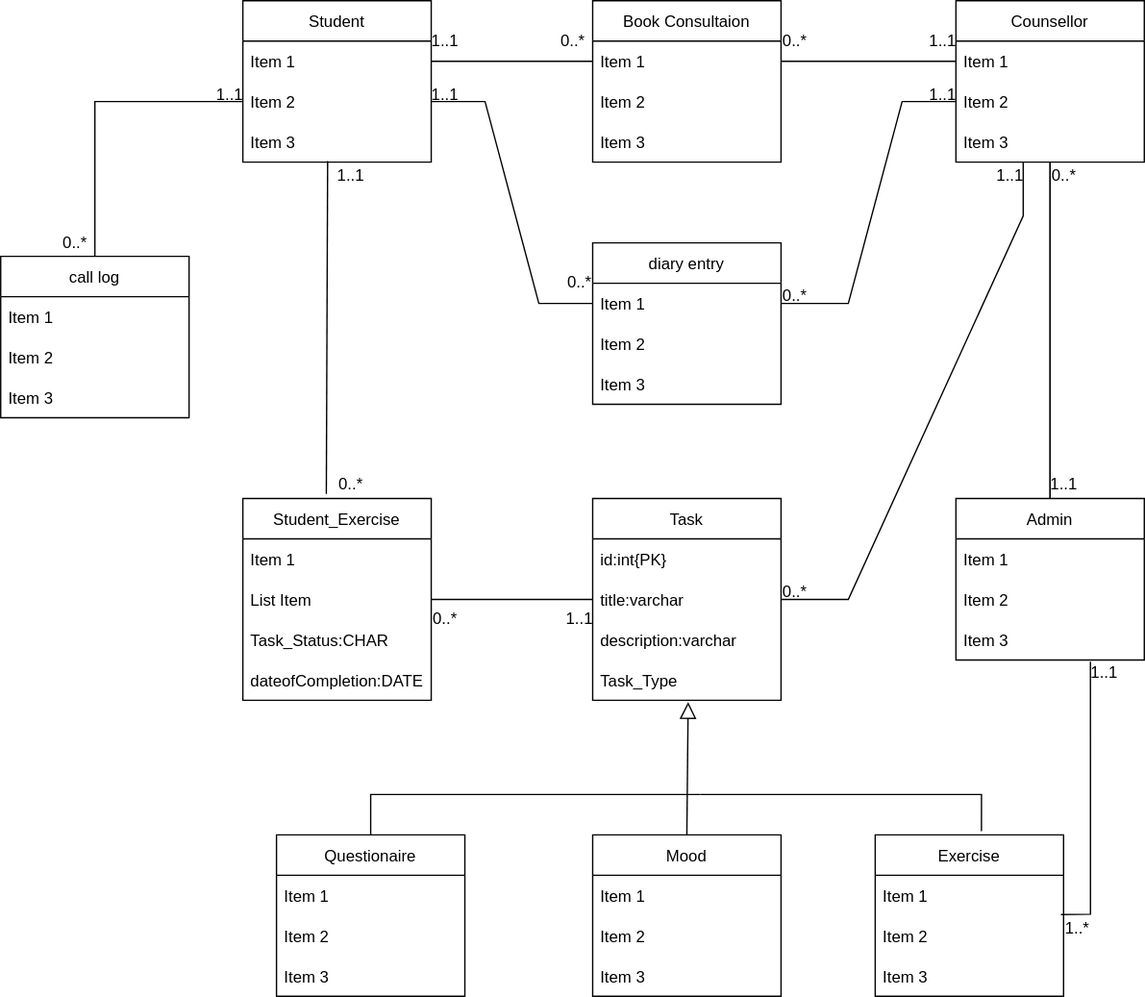
Before: ERD_demo_solutionn.drawio.svg, a diagram exported from draw.io (Solomon-Moyo756/demoForMainProject). Source tidied: cells renumbered, new cells last; positions are measured from the earlier drawing's top-left corner, leaving out a move shared by most shapes.
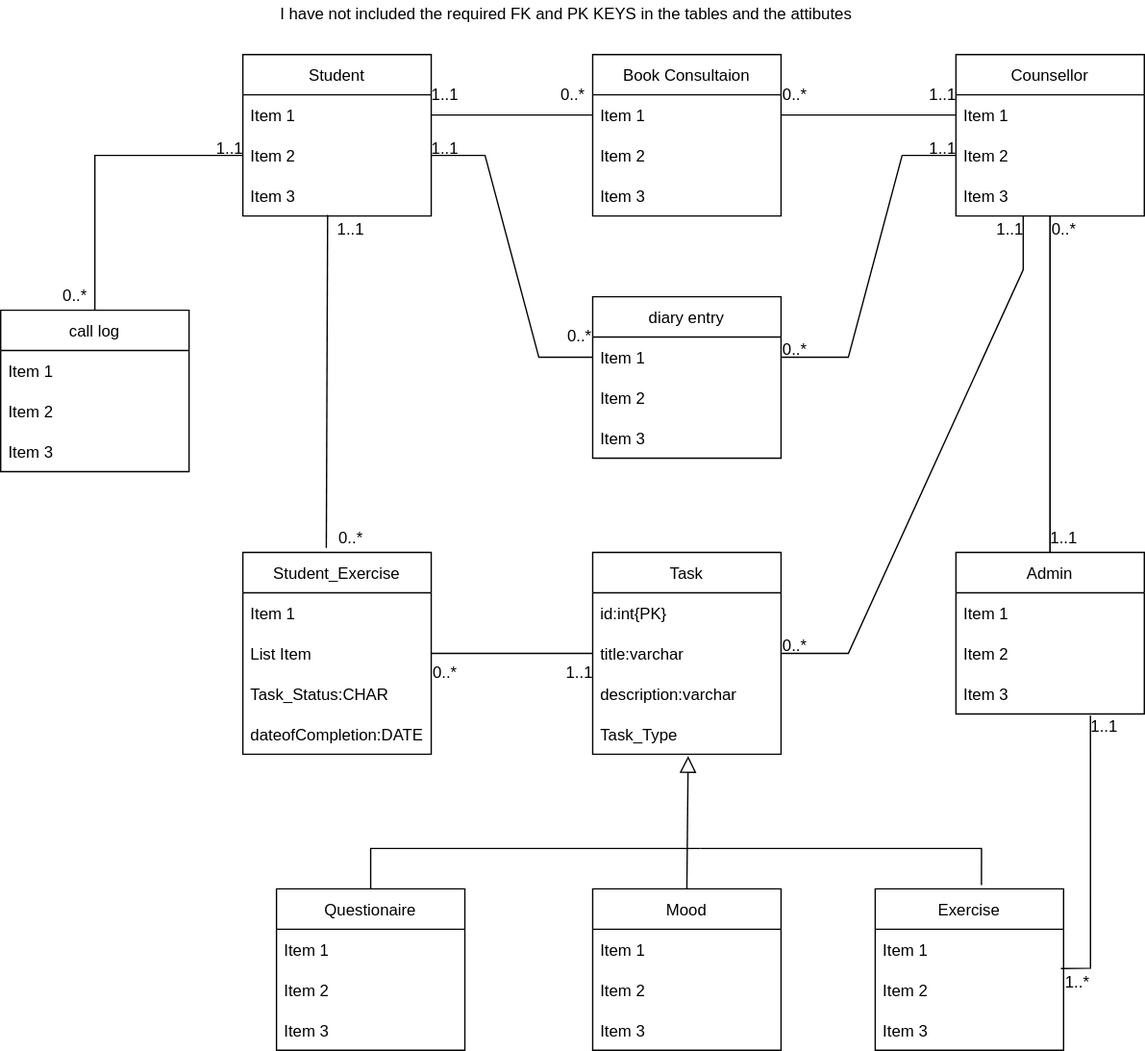
After the commit.

What changed in the source:
```diff
@@ -279,5 +279,8 @@
     <mxCell id="81" value="0..*" style="text;html=1;align=center;verticalAlign=middle;strokeColor=none;fillColor=none;" parent="1" vertex="1">
       <mxGeometry x="575" y="430" width="30" height="20" as="geometry" />
     </mxCell>
+    <mxCell id="82" value="I have not included the required FK and PK KEYS in the tables and the attibutes" style="text;html=1;align=center;verticalAlign=middle;strokeColor=none;fillColor=none;rotation=0;" parent="1" vertex="1">
+      <mxGeometry x="200" y="-40" width="440" height="20" as="geometry" />
+    </mxCell>
   </root>
 </mxGraphModel>
```
